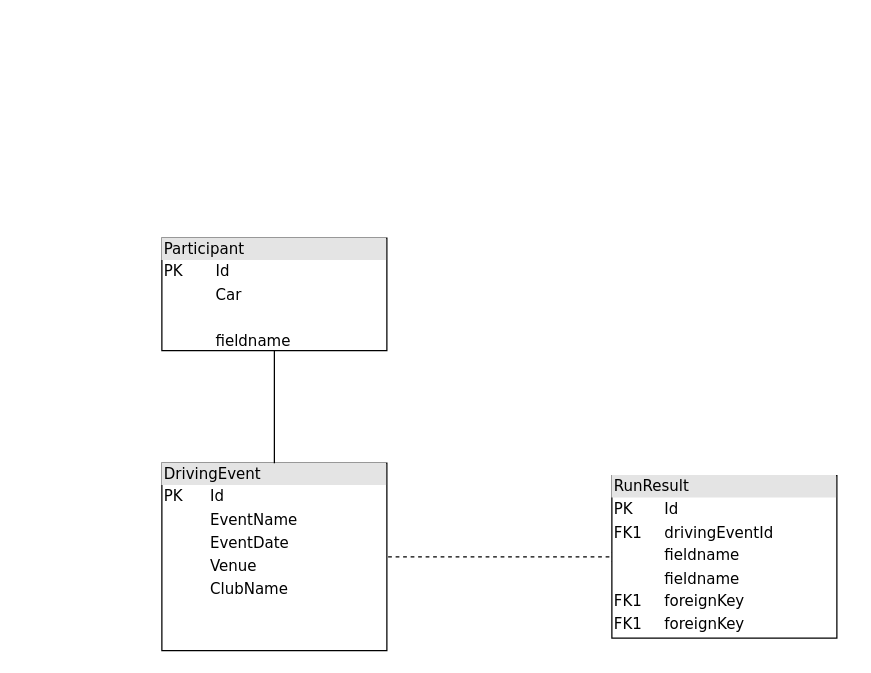
Before: Untitled Diagram.drawio in ChumboMJ/ApexVisualizerFunctions, a draw.io diagram. Source tidied: cells renumbered, new cells numbered last; positions are measured from the earlier drawing's top-left corner, leaving out a move shared by most shapes. Both pictures are drawn from the tidied source at 125%, with x=0, y=0 at pixel (161, 238).
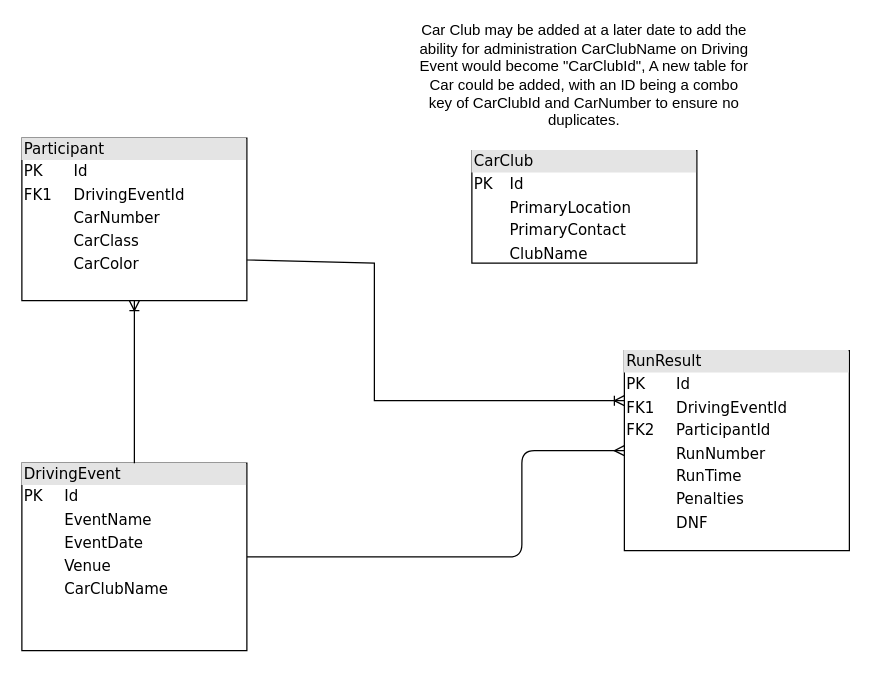
Above is the later version.

Commit message:
Initial DB Diagram Complete, with notes in case of expansion

Diff of the diagram source:
```diff
@@
 <mxGraphModel>
   <root>
     <mxCell id="0" />
     <mxCell id="1" parent="0" />
-    <mxCell id="2" style="edgeStyle=orthogonalEdgeStyle;html=1;entryX=1;entryY=0.5;dashed=1;labelBackgroundColor=none;startArrow=ERmany;endArrow=none;fontFamily=Verdana;fontSize=12;align=left;entryDx=0;entryDy=0;exitX=0;exitY=0.5;exitDx=0;exitDy=0;startFill=0;endFill=0;" parent="1" edge="1" source="3" target="5">
+    <mxCell id="2" style="edgeStyle=orthogonalEdgeStyle;html=1;entryX=1;entryY=0.5;labelBackgroundColor=none;startArrow=ERmany;endArrow=none;fontFamily=Verdana;fontSize=12;align=left;entryDx=0;entryDy=0;exitX=0;exitY=0.5;exitDx=0;exitDy=0;startFill=0;endFill=0;" parent="1" edge="1" source="3" target="5">
       <mxGeometry relative="1" as="geometry">
         <Array as="points">
-          <mxPoint x="400" y="255" />
+          <mxPoint x="288" y="255" />
         </Array>
       </mxGeometry>
     </mxCell>
-    <mxCell id="3" value="&lt;div style=&quot;box-sizing: border-box ; width: 100% ; background: #e4e4e4 ; padding: 2px&quot;&gt;RunResult&lt;/div&gt;&lt;table style=&quot;width: 100% ; font-size: 1em&quot; cellpadding=&quot;2&quot; cellspacing=&quot;0&quot;&gt;&lt;tbody&gt;&lt;tr&gt;&lt;td&gt;PK&lt;/td&gt;&lt;td&gt;Id&lt;/td&gt;&lt;/tr&gt;&lt;tr&gt;&lt;td&gt;FK1&lt;/td&gt;&lt;td&gt;drivingEventId&lt;/td&gt;&lt;/tr&gt;&lt;tr&gt;&lt;td&gt;&lt;/td&gt;&lt;td&gt;fieldname&lt;/td&gt;&lt;/tr&gt;&lt;tr&gt;&lt;td&gt;&lt;br&gt;&lt;/td&gt;&lt;td&gt;fieldname&lt;br&gt;&lt;/td&gt;&lt;/tr&gt;&lt;tr&gt;&lt;td&gt;FK1&lt;br&gt;&lt;/td&gt;&lt;td&gt;foreignKey&lt;br&gt;&lt;/td&gt;&lt;/tr&gt;&lt;tr&gt;&lt;td&gt;FK1&lt;br&gt;&lt;/td&gt;&lt;td&gt;foreignKey&lt;br&gt;&lt;/td&gt;&lt;/tr&gt;&lt;/tbody&gt;&lt;/table&gt;" style="verticalAlign=top;align=left;overflow=fill;html=1;rounded=0;shadow=0;comic=0;labelBackgroundColor=none;strokeWidth=1;fontFamily=Verdana;fontSize=12;" parent="1" vertex="1">
-      <mxGeometry x="360" y="190" width="180" height="130" as="geometry" />
+    <mxCell id="3" value="&lt;div style=&quot;box-sizing: border-box ; width: 100% ; background: #e4e4e4 ; padding: 2px&quot;&gt;RunResult&lt;/div&gt;&lt;table style=&quot;width: 100% ; font-size: 1em&quot; cellpadding=&quot;2&quot; cellspacing=&quot;0&quot;&gt;&lt;tbody&gt;&lt;tr&gt;&lt;td&gt;PK&lt;/td&gt;&lt;td&gt;Id&lt;/td&gt;&lt;/tr&gt;&lt;tr&gt;&lt;td&gt;FK1&lt;/td&gt;&lt;td&gt;DrivingEventId&lt;/td&gt;&lt;/tr&gt;&lt;tr&gt;&lt;td&gt;FK2&lt;/td&gt;&lt;td&gt;ParticipantId&lt;/td&gt;&lt;/tr&gt;&lt;tr&gt;&lt;td&gt;&lt;br&gt;&lt;/td&gt;&lt;td&gt;RunNumber&lt;/td&gt;&lt;/tr&gt;&lt;tr&gt;&lt;td&gt;&lt;br&gt;&lt;/td&gt;&lt;td&gt;RunTime&lt;/td&gt;&lt;/tr&gt;&lt;tr&gt;&lt;td&gt;&lt;br&gt;&lt;/td&gt;&lt;td&gt;Penalties&lt;/td&gt;&lt;/tr&gt;&lt;tr&gt;&lt;td&gt;&lt;br&gt;&lt;/td&gt;&lt;td&gt;DNF&lt;/td&gt;&lt;/tr&gt;&lt;/tbody&gt;&lt;/table&gt;" style="verticalAlign=top;align=left;overflow=fill;html=1;rounded=0;shadow=0;comic=0;labelBackgroundColor=none;strokeWidth=1;fontFamily=Verdana;fontSize=12;" parent="1" vertex="1">
+      <mxGeometry x="370" y="90" width="180" height="160" as="geometry" />
     </mxCell>
-    <mxCell id="4" value="&lt;div style=&quot;box-sizing: border-box ; width: 100% ; background: #e4e4e4 ; padding: 2px&quot;&gt;Participant&lt;/div&gt;&lt;table style=&quot;width: 100% ; font-size: 1em&quot; cellpadding=&quot;2&quot; cellspacing=&quot;0&quot;&gt;&lt;tbody&gt;&lt;tr&gt;&lt;td&gt;PK&lt;/td&gt;&lt;td&gt;Id&lt;/td&gt;&lt;/tr&gt;&lt;tr&gt;&lt;td&gt;&lt;br&gt;&lt;/td&gt;&lt;td&gt;Car&lt;/td&gt;&lt;/tr&gt;&lt;tr&gt;&lt;td&gt;&lt;/td&gt;&lt;td&gt;&lt;br&gt;&lt;/td&gt;&lt;/tr&gt;&lt;tr&gt;&lt;td&gt;&lt;br&gt;&lt;/td&gt;&lt;td&gt;fieldname&lt;br&gt;&lt;/td&gt;&lt;/tr&gt;&lt;/tbody&gt;&lt;/table&gt;" style="verticalAlign=top;align=left;overflow=fill;html=1;rounded=0;shadow=0;comic=0;labelBackgroundColor=none;strokeWidth=1;fontFamily=Verdana;fontSize=12;" parent="1" vertex="1">
-      <mxGeometry width="180" height="90" as="geometry" />
+    <mxCell id="4" value="&lt;div style=&quot;box-sizing: border-box ; width: 100% ; background: #e4e4e4 ; padding: 2px&quot;&gt;Participant&lt;/div&gt;&lt;table style=&quot;width: 100% ; font-size: 1em&quot; cellpadding=&quot;2&quot; cellspacing=&quot;0&quot;&gt;&lt;tbody&gt;&lt;tr&gt;&lt;td&gt;PK&lt;/td&gt;&lt;td&gt;Id&lt;/td&gt;&lt;/tr&gt;&lt;tr&gt;&lt;td&gt;FK1&lt;/td&gt;&lt;td&gt;DrivingEventId&lt;/td&gt;&lt;/tr&gt;&lt;tr&gt;&lt;td&gt;&lt;/td&gt;&lt;td&gt;CarNumber&lt;/td&gt;&lt;/tr&gt;&lt;tr&gt;&lt;td&gt;&lt;br&gt;&lt;/td&gt;&lt;td&gt;CarClass&lt;br&gt;&lt;/td&gt;&lt;/tr&gt;&lt;tr&gt;&lt;td&gt;&lt;br&gt;&lt;/td&gt;&lt;td&gt;CarColor&lt;/td&gt;&lt;/tr&gt;&lt;/tbody&gt;&lt;/table&gt;" style="verticalAlign=top;align=left;overflow=fill;html=1;rounded=0;shadow=0;comic=0;labelBackgroundColor=none;strokeWidth=1;fontFamily=Verdana;fontSize=12;" parent="1" vertex="1">
+      <mxGeometry x="-112" y="-80" width="180" height="130" as="geometry" />
     </mxCell>
-    <mxCell id="5" value="&lt;div style=&quot;box-sizing: border-box ; width: 100% ; background: #e4e4e4 ; padding: 2px&quot;&gt;DrivingEvent&lt;/div&gt;&lt;table style=&quot;width: 100% ; font-size: 1em&quot; cellpadding=&quot;2&quot; cellspacing=&quot;0&quot;&gt;&lt;tbody&gt;&lt;tr&gt;&lt;td&gt;PK&lt;/td&gt;&lt;td&gt;Id&lt;/td&gt;&lt;/tr&gt;&lt;tr&gt;&lt;td&gt;&lt;br&gt;&lt;/td&gt;&lt;td&gt;EventName&lt;/td&gt;&lt;/tr&gt;&lt;tr&gt;&lt;td&gt;&lt;/td&gt;&lt;td&gt;EventDate&lt;/td&gt;&lt;/tr&gt;&lt;tr&gt;&lt;td&gt;&lt;/td&gt;&lt;td&gt;Venue&lt;/td&gt;&lt;/tr&gt;&lt;tr&gt;&lt;td&gt;&lt;br&gt;&lt;/td&gt;&lt;td&gt;ClubName&lt;/td&gt;&lt;/tr&gt;&lt;/tbody&gt;&lt;/table&gt;" style="verticalAlign=top;align=left;overflow=fill;html=1;rounded=0;shadow=0;comic=0;labelBackgroundColor=none;strokeWidth=1;fontFamily=Verdana;fontSize=12;" parent="1" vertex="1">
-      <mxGeometry y="180" width="180" height="150" as="geometry" />
+    <mxCell id="5" value="&lt;div style=&quot;box-sizing: border-box ; width: 100% ; background: #e4e4e4 ; padding: 2px&quot;&gt;DrivingEvent&lt;/div&gt;&lt;table style=&quot;width: 100% ; font-size: 1em&quot; cellpadding=&quot;2&quot; cellspacing=&quot;0&quot;&gt;&lt;tbody&gt;&lt;tr&gt;&lt;td&gt;PK&lt;/td&gt;&lt;td&gt;Id&lt;/td&gt;&lt;/tr&gt;&lt;tr&gt;&lt;td&gt;&lt;br&gt;&lt;/td&gt;&lt;td&gt;EventName&lt;/td&gt;&lt;/tr&gt;&lt;tr&gt;&lt;td&gt;&lt;/td&gt;&lt;td&gt;EventDate&lt;/td&gt;&lt;/tr&gt;&lt;tr&gt;&lt;td&gt;&lt;/td&gt;&lt;td&gt;Venue&lt;/td&gt;&lt;/tr&gt;&lt;tr&gt;&lt;td&gt;&lt;br&gt;&lt;/td&gt;&lt;td&gt;CarClubName&lt;/td&gt;&lt;/tr&gt;&lt;/tbody&gt;&lt;/table&gt;" style="verticalAlign=top;align=left;overflow=fill;html=1;rounded=0;shadow=0;comic=0;labelBackgroundColor=none;strokeWidth=1;fontFamily=Verdana;fontSize=12;" parent="1" vertex="1">
+      <mxGeometry x="-112" y="180" width="180" height="150" as="geometry" />
     </mxCell>
-    <mxCell id="6" style="endArrow=none;html=1;rounded=0;entryX=0.5;entryY=1;entryDx=0;entryDy=0;exitX=0.5;exitY=0;exitDx=0;exitDy=0;" parent="1" edge="1" source="5" target="4">
+    <mxCell id="6" style="endArrow=ERoneToMany;html=1;rounded=0;entryX=0.5;entryY=1;entryDx=0;entryDy=0;exitX=0.5;exitY=0;exitDx=0;exitDy=0;endFill=0;" parent="1" edge="1" source="5" target="4">
       <mxGeometry relative="1" as="geometry" />
     </mxCell>
+    <mxCell id="7" value="&lt;div style=&quot;box-sizing: border-box ; width: 100% ; background: #e4e4e4 ; padding: 2px&quot;&gt;CarClub&lt;/div&gt;&lt;table style=&quot;width: 100% ; font-size: 1em&quot; cellpadding=&quot;2&quot; cellspacing=&quot;0&quot;&gt;&lt;tbody&gt;&lt;tr&gt;&lt;td&gt;PK&lt;/td&gt;&lt;td&gt;Id&lt;/td&gt;&lt;/tr&gt;&lt;tr&gt;&lt;td&gt;&lt;br&gt;&lt;/td&gt;&lt;td&gt;PrimaryLocation&lt;/td&gt;&lt;/tr&gt;&lt;tr&gt;&lt;td&gt;&lt;/td&gt;&lt;td&gt;PrimaryContact&lt;/td&gt;&lt;/tr&gt;&lt;tr&gt;&lt;td&gt;&lt;br&gt;&lt;/td&gt;&lt;td&gt;ClubName&lt;br&gt;&lt;/td&gt;&lt;/tr&gt;&lt;/tbody&gt;&lt;/table&gt;" style="verticalAlign=top;align=left;overflow=fill;html=1;rounded=0;shadow=0;comic=0;labelBackgroundColor=none;strokeWidth=1;fontFamily=Verdana;fontSize=12;" parent="1" vertex="1">
+      <mxGeometry x="248" y="-70" width="180" height="90" as="geometry" />
+    </mxCell>
+    <mxCell id="8" value="Car Club may be added at a later date to add the ability for administration CarClubName on Driving Event would become &quot;CarClubId&quot;, A new table for Car could be added, with an ID being a combo key of CarClubId and CarNumber to ensure no duplicates." style="text;html=1;align=center;verticalAlign=middle;whiteSpace=wrap;rounded=0;" parent="1" vertex="1">
+      <mxGeometry x="203" y="-170" width="270" height="80" as="geometry" />
+    </mxCell>
+    <mxCell id="9" style="endArrow=ERoneToMany;html=1;rounded=0;exitX=1;exitY=0.75;exitDx=0;exitDy=0;entryX=0;entryY=0.25;entryDx=0;entryDy=0;endFill=0;" parent="1" edge="1" source="4" target="3">
+      <mxGeometry relative="1" as="geometry">
+        <Array as="points">
+          <mxPoint x="170" y="20" />
+          <mxPoint x="170" y="130" />
+        </Array>
+      </mxGeometry>
+    </mxCell>
   </root>
 </mxGraphModel>
```
